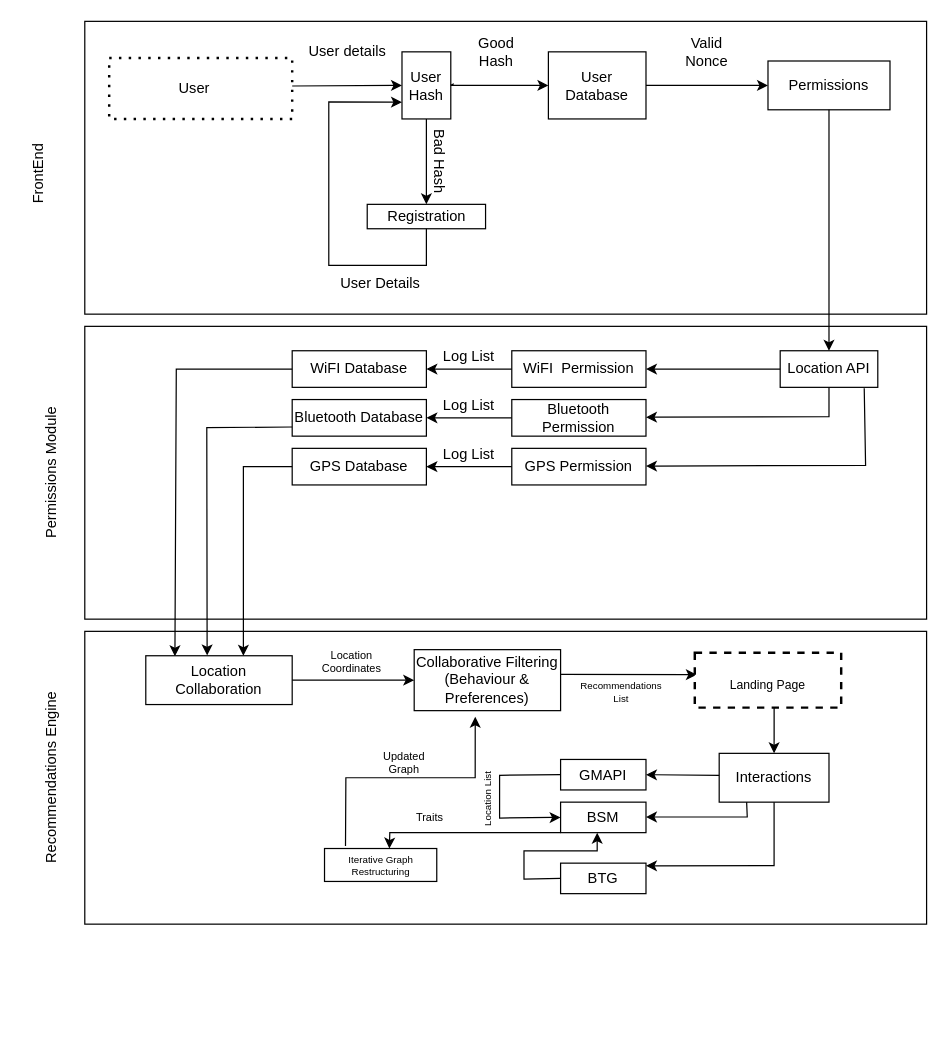
Above: System_design.drawio in Pey-crypto/LOCI (draw.io), before the change. Source tidied: cells renumbered, new cells numbered last; positions are measured from the earlier drawing's top-left corner, leaving out a move shared by most shapes. Both pictures are drawn from the tidied source at 122%, with x=0, y=0 at pixel (-111, 21).
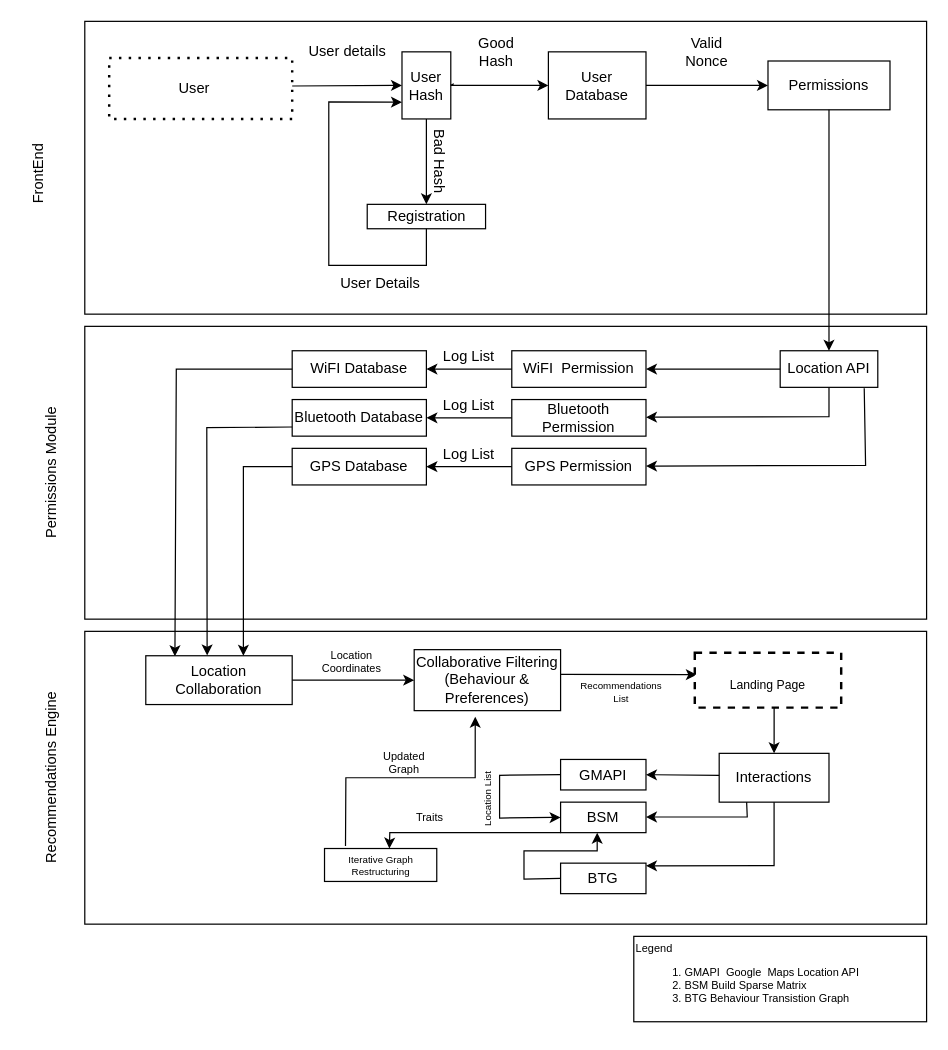
The same page after the edit.

Diff of the diagram source:
```diff
@@
+    <mxCell id="70" value="&lt;br&gt;Legend&lt;br&gt;&lt;ol&gt;&lt;li&gt;GMAPI&amp;nbsp; Google&amp;nbsp; Maps Location API&lt;/li&gt;&lt;li&gt;BSM Build Sparse Matrix&lt;/li&gt;&lt;li&gt;BTG Behaviour Transistion Graph&lt;/li&gt;&lt;/ol&gt;&amp;nbsp;" style="rounded=0;whiteSpace=wrap;html=1;fontSize=9;strokeWidth=1;align=left;" parent="1" vertex="1">
+      <mxGeometry x="610" y="750" width="240" height="70" as="geometry" />
+    </mxCell>
```
